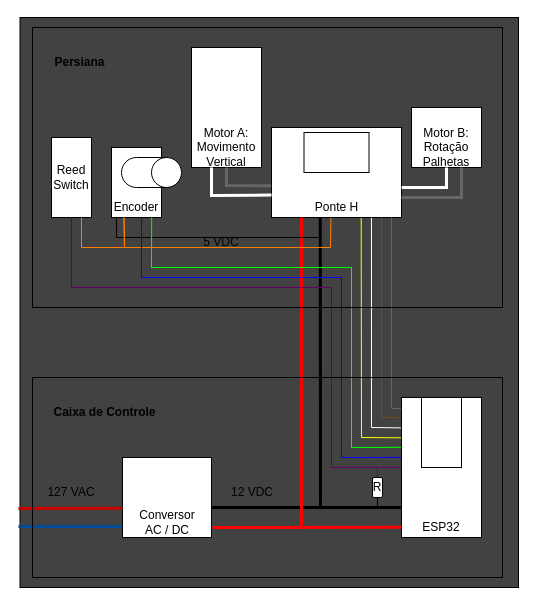
The draw.io diagram Other/nextStep.drawio in AntunesLeonardo/SmartOffice_Persiana, before the edit. Source tidied: cells renumbered, new cells numbered last; positions are measured from the earlier drawing's top-left corner, leaving out a move shared by most shapes. Both pictures are drawn from the tidied source at 100%, with x=0, y=0 at pixel (18, 17).
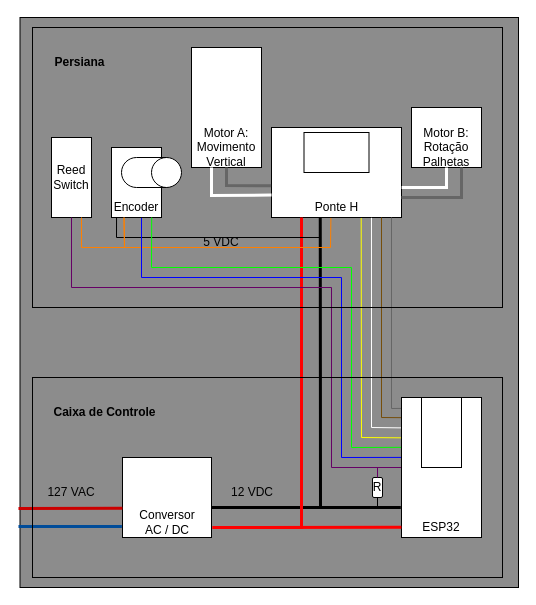
Above is the later version.

Commit message:
Infograph recolor

The edit, as a diff of the source:
```diff
@@
-    <mxCell id="2" style="rounded=0;whiteSpace=wrap;html=1;fillColor=#424242;" parent="1" vertex="1">
+    <mxCell id="2" style="rounded=0;whiteSpace=wrap;html=1;fillColor=#8C8C8C;" parent="1" vertex="1">
       <mxGeometry x="1.5" width="498.5" height="570" as="geometry" />
     </mxCell>
```
